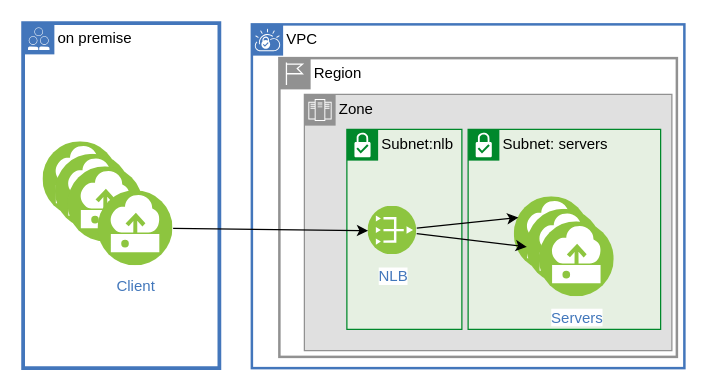
Before: page "zonal nlb" (1 of 9) of diagrams/architecture.drawio in IBM-Cloud/vpc-dnsglb-nlb, a draw.io diagram. Source tidied: cells renumbered, new cells numbered last; positions are measured from the earlier drawing's top-left corner, leaving out a move shared by most shapes. Both pictures are drawn from the tidied source at 125%, with x=0, y=0 at pixel (22, 22).
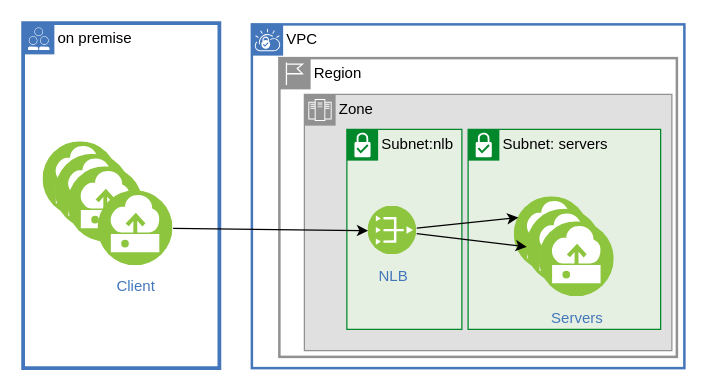
Above is the later version.

What changed in the source:
```diff
@@
 <mxGraphModel>
   <root>
     <mxCell id="0" />
     <mxCell id="1" parent="0" />
     <mxCell id="2" value="on premise" style="shape=mxgraph.ibm.box;prType=public;fontStyle=0;verticalAlign=top;align=left;spacingLeft=32;spacingTop=4;fillColor=none;rounded=0;whiteSpace=wrap;html=1;strokeColor=#4376BB;strokeWidth=3;dashed=0;spacing=-4;" parent="1" vertex="1">
       <mxGeometry width="157" height="276" as="geometry" />
     </mxCell>
     <mxCell id="3" value="VPC&amp;nbsp;" style="shape=mxgraph.ibm.box;prType=vpc;fontStyle=0;verticalAlign=top;align=left;spacingLeft=32;spacingTop=4;fillColor=none;rounded=0;whiteSpace=wrap;html=1;strokeColor=#4376BB;strokeWidth=2;dashed=0;spacing=-4;" parent="1" vertex="1">
       <mxGeometry x="183" y="1" width="346" height="275" as="geometry" />
     </mxCell>
     <mxCell id="4" value="Region" style="shape=mxgraph.ibm.box;prType=region;fontStyle=0;verticalAlign=top;align=left;spacingLeft=32;spacingTop=4;fillColor=none;rounded=0;whiteSpace=wrap;html=1;strokeColor=#919191;strokeWidth=2;dashed=0;spacing=-4;" parent="1" vertex="1">
       <mxGeometry x="205" y="28" width="318" height="239" as="geometry" />
     </mxCell>
     <mxCell id="5" value="Zone" style="shape=mxgraph.ibm.box;prType=zone;fontStyle=0;verticalAlign=top;align=left;spacingLeft=32;spacingTop=4;fillColor=#E0E0E0;rounded=0;whiteSpace=wrap;html=1;strokeColor=#919191;strokeWidth=1;dashed=0;spacing=-4;" parent="4" vertex="1">
       <mxGeometry x="20" y="29" width="294" height="205" as="geometry" />
     </mxCell>
     <mxCell id="6" value="Subnet:nlb" style="shape=mxgraph.ibm.box;prType=subnet;fontStyle=0;verticalAlign=top;align=left;spacingLeft=32;spacingTop=4;fillColor=#E6F0E2;rounded=0;whiteSpace=wrap;html=1;strokeColor=#00882B;strokeWidth=1;dashed=0;spacing=-4;" parent="4" vertex="1">
       <mxGeometry x="54" y="57" width="92" height="160" as="geometry" />
     </mxCell>
     <mxCell id="7" value="Subnet: servers" style="shape=mxgraph.ibm.box;prType=subnet;fontStyle=0;verticalAlign=top;align=left;spacingLeft=32;spacingTop=4;fillColor=#E6F0E2;rounded=0;whiteSpace=wrap;html=1;strokeColor=#00882B;strokeWidth=1;dashed=0;spacing=-4;" parent="4" vertex="1">
       <mxGeometry x="151" y="57" width="154" height="160" as="geometry" />
     </mxCell>
-    <mxCell id="8" value="NLB" style="perimeter=ellipsePerimeter;html=1;align=center;shadow=0;dashed=0;fontColor=#4277BB;labelBackgroundColor=#ffffff;fontSize=12;spacingTop=3;image;image=img/lib/ibm/vpc/PublicGateway.svg;" parent="4" vertex="1">
+    <mxCell id="8" value="NLB" style="perimeter=ellipsePerimeter;html=1;align=center;shadow=0;dashed=0;fontColor=#4277BB;fontSize=12;spacingTop=3;image;image=img/lib/ibm/vpc/PublicGateway.svg;labelBackgroundColor=none;" parent="4" vertex="1">
       <mxGeometry x="71" y="118.5" width="39" height="39" as="geometry" />
     </mxCell>
     <mxCell id="9" style="perimeter=ellipsePerimeter;html=1;align=center;shadow=0;dashed=0;fontColor=#4277BB;labelBackgroundColor=#ffffff;fontSize=12;spacingTop=3;image;image=img/lib/ibm/vpc/Instance.svg;" parent="4" vertex="1">
       <mxGeometry x="188" y="111" width="60" height="60" as="geometry" />
     </mxCell>
     <mxCell id="10" style="edgeStyle=none;rounded=0;jettySize=auto;html=1;entryX=0;entryY=0.25;entryDx=0;entryDy=0;" parent="4" edge="1" source="8" target="9">
       <mxGeometry relative="1" as="geometry" />
     </mxCell>
     <mxCell id="11" style="perimeter=ellipsePerimeter;html=1;align=center;shadow=0;dashed=0;fontColor=#4277BB;labelBackgroundColor=#ffffff;fontSize=12;spacingTop=3;image;image=img/lib/ibm/vpc/Instance.svg;" parent="4" vertex="1">
       <mxGeometry x="198" y="121" width="60" height="60" as="geometry" />
     </mxCell>
     <mxCell id="12" style="edgeStyle=none;rounded=0;jettySize=auto;html=1;entryX=0;entryY=0.5;entryDx=0;entryDy=0;" parent="4" edge="1" source="8" target="11">
       <mxGeometry relative="1" as="geometry" />
     </mxCell>
-    <mxCell id="13" value="Servers" style="perimeter=ellipsePerimeter;html=1;align=center;shadow=0;dashed=0;fontColor=#4277BB;labelBackgroundColor=#ffffff;fontSize=12;spacingTop=3;image;image=img/lib/ibm/vpc/Instance.svg;" parent="4" vertex="1">
+    <mxCell id="13" value="Servers" style="perimeter=ellipsePerimeter;html=1;align=center;shadow=0;dashed=0;fontColor=#4277BB;fontSize=12;spacingTop=3;image;image=img/lib/ibm/vpc/Instance.svg;labelBackgroundColor=none;" parent="4" vertex="1">
       <mxGeometry x="208" y="131" width="60" height="60" as="geometry" />
     </mxCell>
     <mxCell id="14" style="perimeter=ellipsePerimeter;html=1;align=center;shadow=0;dashed=0;fontColor=#4277BB;labelBackgroundColor=#ffffff;fontSize=12;spacingTop=3;image;image=img/lib/ibm/vpc/Instance.svg;" parent="1" vertex="1">
       <mxGeometry x="16" y="95" width="60" height="60" as="geometry" />
     </mxCell>
     <mxCell id="15" style="perimeter=ellipsePerimeter;html=1;align=center;shadow=0;dashed=0;fontColor=#4277BB;labelBackgroundColor=#ffffff;fontSize=12;spacingTop=3;image;image=img/lib/ibm/vpc/Instance.svg;" parent="1" vertex="1">
       <mxGeometry x="26" y="105" width="60" height="60" as="geometry" />
     </mxCell>
     <mxCell id="16" style="perimeter=ellipsePerimeter;html=1;align=center;shadow=0;dashed=0;fontColor=#4277BB;labelBackgroundColor=#ffffff;fontSize=12;spacingTop=3;image;image=img/lib/ibm/vpc/Instance.svg;" parent="1" vertex="1">
       <mxGeometry x="36" y="115" width="60" height="60" as="geometry" />
     </mxCell>
     <mxCell id="17" value="Client" style="perimeter=ellipsePerimeter;html=1;align=center;shadow=0;dashed=0;fontColor=#4277BB;labelBackgroundColor=#ffffff;fontSize=12;spacingTop=3;image;image=img/lib/ibm/vpc/Instance.svg;" parent="1" vertex="1">
       <mxGeometry x="60" y="134.2" width="60" height="60" as="geometry" />
     </mxCell>
     <mxCell id="18" style="edgeStyle=none;rounded=0;jettySize=auto;html=1;entryX=0;entryY=0.5;entryDx=0;entryDy=0;exitX=1;exitY=0.5;exitDx=0;exitDy=0;" parent="1" edge="1" source="17" target="8">
       <mxGeometry relative="1" as="geometry" />
     </mxCell>
   </root>
 </mxGraphModel>
```
